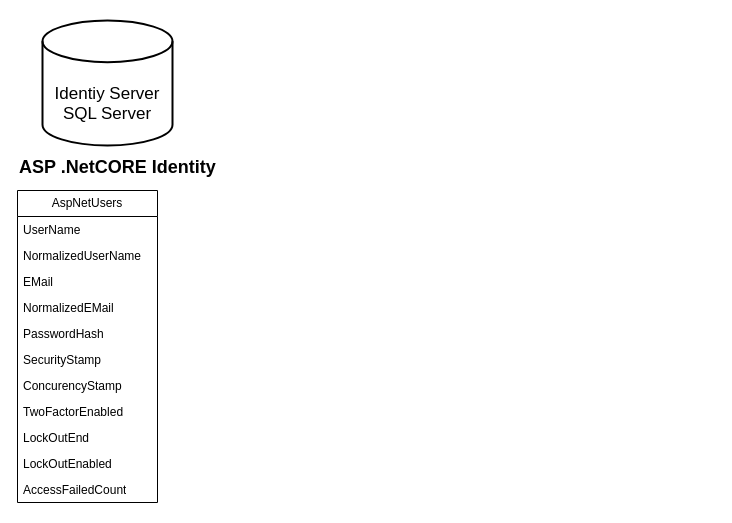
Earlier version of the draw.io diagram Başlıksız Diyagram.drawio (gvardal/drawio). Source tidied: cells renumbered, new cells numbered last; positions are measured from the earlier drawing's top-left corner, leaving out a move shared by most shapes. Both pictures are drawn from the tidied source at 100%, with x=0, y=0 at pixel (17, 20).
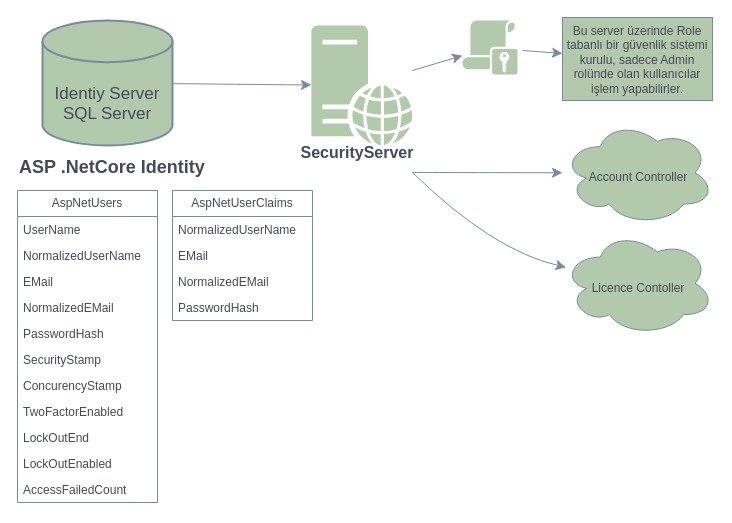
After the change.

Change to the diagram source:
```diff
@@
+    <mxCell id="16" style="edgeStyle=none;curved=1;rounded=0;jettySize=auto;html=1;fontSize=12;startSize=8;endSize=8;labelBackgroundColor=none;strokeColor=#788AA3;fontColor=default;" parent="1" edge="1" source="2" target="24">
+      <mxGeometry relative="1" as="geometry" />
+    </mxCell>
-    <mxCell id="2" value="&lt;div&gt;&lt;br&gt;&lt;/div&gt;&lt;div&gt;&lt;br&gt;&lt;/div&gt;Identiy Server&lt;div&gt;SQL Server&lt;/div&gt;" style="strokeWidth=2;html=1;shape=mxgraph.flowchart.database;whiteSpace=wrap;fontSize=17;horizontal=1;align=center;labelPosition=center;verticalLabelPosition=middle;verticalAlign=middle;movableLabel=1;" parent="1" vertex="1">
+    <mxCell id="2" value="&lt;div&gt;&lt;br&gt;&lt;/div&gt;&lt;div&gt;&lt;br&gt;&lt;/div&gt;Identiy Server&lt;div&gt;SQL Server&lt;/div&gt;" style="strokeWidth=2;html=1;shape=mxgraph.flowchart.database;whiteSpace=wrap;fontSize=17;horizontal=1;align=center;labelPosition=center;verticalLabelPosition=middle;verticalAlign=middle;movableLabel=1;labelBackgroundColor=none;fillColor=#B2C9AB;strokeColor=#788AA3;fontColor=#46495D;" parent="1" vertex="1">
       <mxGeometry x="25" width="130" height="125" as="geometry" />
     </mxCell>
-    <mxCell id="3" value="&lt;h1 style=&quot;margin-top: 0px;&quot;&gt;ASP .NetCORE Identity&lt;/h1&gt;&lt;p&gt;&lt;br&gt;&lt;/p&gt;" style="text;html=1;whiteSpace=wrap;overflow=hidden;rounded=0;fontSize=9;" parent="1" vertex="1">
+    <mxCell id="3" value="&lt;h1 style=&quot;margin-top: 0px;&quot;&gt;ASP .NetCore Identity&lt;/h1&gt;&lt;p&gt;&lt;br&gt;&lt;/p&gt;" style="text;html=1;whiteSpace=wrap;overflow=hidden;rounded=0;fontSize=9;labelBackgroundColor=none;fontColor=#46495D;" parent="1" vertex="1">
       <mxGeometry y="130" width="205" height="30" as="geometry" />
     </mxCell>
-    <mxCell id="4" value="AspNetUsers" style="swimlane;fontStyle=0;horizontal=1;startSize=26;fillColor=none;whiteSpace=wrap;html=1;comic=0;" parent="1" vertex="1">
+    <mxCell id="4" value="AspNetUsers" style="swimlane;fontStyle=0;horizontal=1;startSize=26;fillColor=none;whiteSpace=wrap;html=1;comic=0;labelBackgroundColor=none;strokeColor=#788AA3;fontColor=#46495D;" parent="1" vertex="1">
       <mxGeometry y="170" width="140" height="312" as="geometry" />
     </mxCell>
-    <mxCell id="5" value="UserName" style="text;strokeColor=none;fillColor=none;align=left;verticalAlign=top;spacingLeft=4;spacingRight=4;overflow=hidden;whiteSpace=wrap;html=1;" parent="4" vertex="1">
+    <mxCell id="5" value="UserName" style="text;strokeColor=none;fillColor=none;align=left;verticalAlign=top;spacingLeft=4;spacingRight=4;overflow=hidden;whiteSpace=wrap;html=1;labelBackgroundColor=none;fontColor=#46495D;" parent="4" vertex="1">
       <mxGeometry y="26" width="140" height="26" as="geometry" />
     </mxCell>
-    <mxCell id="6" value="NormalizedUserName" style="text;strokeColor=none;fillColor=none;align=left;verticalAlign=top;spacingLeft=4;spacingRight=4;overflow=hidden;whiteSpace=wrap;html=1;" parent="4" vertex="1">
+    <mxCell id="6" value="NormalizedUserName" style="text;strokeColor=none;fillColor=none;align=left;verticalAlign=top;spacingLeft=4;spacingRight=4;overflow=hidden;whiteSpace=wrap;html=1;labelBackgroundColor=none;fontColor=#46495D;" parent="4" vertex="1">
       <mxGeometry y="52" width="140" height="26" as="geometry" />
     </mxCell>
-    <mxCell id="7" value="EMail" style="text;strokeColor=none;fillColor=none;align=left;verticalAlign=top;spacingLeft=4;spacingRight=4;overflow=hidden;whiteSpace=wrap;html=1;" parent="4" vertex="1">
+    <mxCell id="7" value="EMail" style="text;strokeColor=none;fillColor=none;align=left;verticalAlign=top;spacingLeft=4;spacingRight=4;overflow=hidden;whiteSpace=wrap;html=1;labelBackgroundColor=none;fontColor=#46495D;" parent="4" vertex="1">
       <mxGeometry y="78" width="140" height="26" as="geometry" />
     </mxCell>
-    <mxCell id="8" value="NormalizedEMail" style="text;strokeColor=none;fillColor=none;align=left;verticalAlign=top;spacingLeft=4;spacingRight=4;overflow=hidden;whiteSpace=wrap;html=1;" parent="4" vertex="1">
+    <mxCell id="8" value="NormalizedEMail" style="text;strokeColor=none;fillColor=none;align=left;verticalAlign=top;spacingLeft=4;spacingRight=4;overflow=hidden;whiteSpace=wrap;html=1;labelBackgroundColor=none;fontColor=#46495D;" parent="4" vertex="1">
       <mxGeometry y="104" width="140" height="26" as="geometry" />
     </mxCell>
-    <mxCell id="9" value="PasswordHash" style="text;strokeColor=none;fillColor=none;align=left;verticalAlign=top;spacingLeft=4;spacingRight=4;overflow=hidden;whiteSpace=wrap;html=1;" parent="4" vertex="1">
+    <mxCell id="9" value="PasswordHash" style="text;strokeColor=none;fillColor=none;align=left;verticalAlign=top;spacingLeft=4;spacingRight=4;overflow=hidden;whiteSpace=wrap;html=1;labelBackgroundColor=none;fontColor=#46495D;" parent="4" vertex="1">
       <mxGeometry y="130" width="140" height="26" as="geometry" />
     </mxCell>
-    <mxCell id="10" value="SecurityStamp" style="text;strokeColor=none;fillColor=none;align=left;verticalAlign=top;spacingLeft=4;spacingRight=4;overflow=hidden;whiteSpace=wrap;html=1;" parent="4" vertex="1">
+    <mxCell id="10" value="SecurityStamp" style="text;strokeColor=none;fillColor=none;align=left;verticalAlign=top;spacingLeft=4;spacingRight=4;overflow=hidden;whiteSpace=wrap;html=1;labelBackgroundColor=none;fontColor=#46495D;" parent="4" vertex="1">
       <mxGeometry y="156" width="140" height="26" as="geometry" />
     </mxCell>
-    <mxCell id="11" value="ConcurencyStamp" style="text;strokeColor=none;fillColor=none;align=left;verticalAlign=top;spacingLeft=4;spacingRight=4;overflow=hidden;whiteSpace=wrap;html=1;" parent="4" vertex="1">
+    <mxCell id="11" value="ConcurencyStamp" style="text;strokeColor=none;fillColor=none;align=left;verticalAlign=top;spacingLeft=4;spacingRight=4;overflow=hidden;whiteSpace=wrap;html=1;labelBackgroundColor=none;fontColor=#46495D;" parent="4" vertex="1">
       <mxGeometry y="182" width="140" height="26" as="geometry" />
     </mxCell>
-    <mxCell id="12" value="TwoFactorEnabled" style="text;strokeColor=none;fillColor=none;align=left;verticalAlign=top;spacingLeft=4;spacingRight=4;overflow=hidden;whiteSpace=wrap;html=1;" parent="4" vertex="1">
+    <mxCell id="12" value="TwoFactorEnabled" style="text;strokeColor=none;fillColor=none;align=left;verticalAlign=top;spacingLeft=4;spacingRight=4;overflow=hidden;whiteSpace=wrap;html=1;labelBackgroundColor=none;fontColor=#46495D;" parent="4" vertex="1">
       <mxGeometry y="208" width="140" height="26" as="geometry" />
     </mxCell>
-    <mxCell id="13" value="LockOutEnd" style="text;strokeColor=none;fillColor=none;align=left;verticalAlign=top;spacingLeft=4;spacingRight=4;overflow=hidden;whiteSpace=wrap;html=1;" parent="4" vertex="1">
+    <mxCell id="13" value="LockOutEnd" style="text;strokeColor=none;fillColor=none;align=left;verticalAlign=top;spacingLeft=4;spacingRight=4;overflow=hidden;whiteSpace=wrap;html=1;labelBackgroundColor=none;fontColor=#46495D;" parent="4" vertex="1">
       <mxGeometry y="234" width="140" height="26" as="geometry" />
     </mxCell>
-    <mxCell id="14" value="LockOutEnabled" style="text;strokeColor=none;fillColor=none;align=left;verticalAlign=top;spacingLeft=4;spacingRight=4;overflow=hidden;whiteSpace=wrap;html=1;" parent="4" vertex="1">
+    <mxCell id="14" value="LockOutEnabled" style="text;strokeColor=none;fillColor=none;align=left;verticalAlign=top;spacingLeft=4;spacingRight=4;overflow=hidden;whiteSpace=wrap;html=1;labelBackgroundColor=none;fontColor=#46495D;" parent="4" vertex="1">
       <mxGeometry y="260" width="140" height="26" as="geometry" />
     </mxCell>
-    <mxCell id="15" value="AccessFailedCount" style="text;strokeColor=none;fillColor=none;align=left;verticalAlign=top;spacingLeft=4;spacingRight=4;overflow=hidden;whiteSpace=wrap;html=1;" parent="4" vertex="1">
+    <mxCell id="15" value="AccessFailedCount" style="text;strokeColor=none;fillColor=none;align=left;verticalAlign=top;spacingLeft=4;spacingRight=4;overflow=hidden;whiteSpace=wrap;html=1;labelBackgroundColor=none;fontColor=#46495D;" parent="4" vertex="1">
       <mxGeometry y="286" width="140" height="26" as="geometry" />
     </mxCell>
+    <mxCell id="17" value="AspNetUserClaims" style="swimlane;fontStyle=0;horizontal=1;startSize=26;fillColor=none;whiteSpace=wrap;html=1;comic=0;labelBackgroundColor=none;strokeColor=#788AA3;fontColor=#46495D;" parent="1" vertex="1">
+      <mxGeometry x="155" y="170" width="140" height="130" as="geometry" />
+    </mxCell>
+    <mxCell id="18" value="NormalizedUserName" style="text;strokeColor=none;fillColor=none;align=left;verticalAlign=top;spacingLeft=4;spacingRight=4;overflow=hidden;whiteSpace=wrap;html=1;labelBackgroundColor=none;fontColor=#46495D;" parent="17" vertex="1">
+      <mxGeometry y="26" width="140" height="26" as="geometry" />
+    </mxCell>
+    <mxCell id="19" value="EMail" style="text;strokeColor=none;fillColor=none;align=left;verticalAlign=top;spacingLeft=4;spacingRight=4;overflow=hidden;whiteSpace=wrap;html=1;labelBackgroundColor=none;fontColor=#46495D;" parent="17" vertex="1">
+      <mxGeometry y="52" width="140" height="26" as="geometry" />
+    </mxCell>
+    <mxCell id="20" value="NormalizedEMail" style="text;strokeColor=none;fillColor=none;align=left;verticalAlign=top;spacingLeft=4;spacingRight=4;overflow=hidden;whiteSpace=wrap;html=1;labelBackgroundColor=none;fontColor=#46495D;" parent="17" vertex="1">
+      <mxGeometry y="78" width="140" height="26" as="geometry" />
+    </mxCell>
+    <mxCell id="21" value="PasswordHash" style="text;strokeColor=none;fillColor=none;align=left;verticalAlign=top;spacingLeft=4;spacingRight=4;overflow=hidden;whiteSpace=wrap;html=1;labelBackgroundColor=none;fontColor=#46495D;" parent="17" vertex="1">
+      <mxGeometry y="104" width="140" height="26" as="geometry" />
+    </mxCell>
+    <mxCell id="22" value="SecurityServer" style="text;strokeColor=none;fillColor=none;html=1;align=center;verticalAlign=middle;whiteSpace=wrap;rounded=0;fontSize=16;fontStyle=1;labelBackgroundColor=none;fontColor=#46495D;" parent="1" vertex="1">
+      <mxGeometry x="285" y="112" width="110" height="40" as="geometry" />
+    </mxCell>
+    <mxCell id="23" style="edgeStyle=none;curved=1;rounded=0;jettySize=auto;html=1;fontSize=12;startSize=8;endSize=8;labelBackgroundColor=none;strokeColor=#788AA3;fontColor=default;" parent="1" edge="1" source="24" target="26">
+      <mxGeometry relative="1" as="geometry" />
+    </mxCell>
+    <mxCell id="24" style="sketch=0;shadow=0;dashed=0;html=1;strokeColor=none;fillColor=#B2C9AB;labelPosition=center;verticalLabelPosition=bottom;verticalAlign=top;outlineConnect=0;align=center;shape=mxgraph.office.servers.web_server;labelBackgroundColor=none;fontColor=#46495D;" parent="1" vertex="1">
+      <mxGeometry x="293.9" y="5" width="101" height="120" as="geometry" />
+    </mxCell>
+    <mxCell id="25" style="edgeStyle=none;curved=1;rounded=0;jettySize=auto;html=1;fontSize=12;startSize=8;endSize=8;labelBackgroundColor=none;strokeColor=#788AA3;fontColor=default;" parent="1" edge="1" target="27">
+      <mxGeometry relative="1" as="geometry">
+        <mxPoint x="505" y="30" as="sourcePoint" />
+      </mxGeometry>
+    </mxCell>
+    <mxCell id="26" style="sketch=0;shadow=0;dashed=0;html=1;strokeColor=none;fillColor=#B2C9AB;labelPosition=center;verticalLabelPosition=bottom;verticalAlign=top;outlineConnect=0;align=center;shape=mxgraph.office.security.role_assignment_policy;labelBackgroundColor=none;fontColor=#46495D;" parent="1" vertex="1">
+      <mxGeometry x="445" width="55" height="54" as="geometry" />
+    </mxCell>
+    <mxCell id="27" value="Bu server üzerinde Role tabanlı bir güvenlik sistemi kurulu, sadece Admin rolünde olan kullanıcılar işlem yapabilirler." style="whiteSpace=wrap;html=1;verticalAlign=top;fillColor=#B2C9AB;strokeColor=#788AA3;sketch=0;shadow=0;dashed=0;fontColor=#46495D;labelBackgroundColor=none;" parent="1" vertex="1">
+      <mxGeometry x="545" y="-3" width="150" height="83" as="geometry" />
+    </mxCell>
+    <mxCell id="28" style="edgeStyle=none;curved=1;rounded=0;jettySize=auto;html=1;fontSize=12;startSize=8;endSize=8;exitX=1;exitY=1;exitDx=0;exitDy=0;labelBackgroundColor=none;strokeColor=#788AA3;fontColor=default;" parent="1" edge="1" source="22" target="30">
+      <mxGeometry relative="1" as="geometry" />
+    </mxCell>
+    <mxCell id="29" style="edgeStyle=none;curved=1;rounded=0;jettySize=auto;html=1;fontSize=12;startSize=8;endSize=8;exitX=1;exitY=1;exitDx=0;exitDy=0;labelBackgroundColor=none;strokeColor=#788AA3;fontColor=default;" parent="1" edge="1" source="22" target="31">
+      <mxGeometry relative="1" as="geometry">
+        <Array as="points">
+          <mxPoint x="475" y="230" />
+        </Array>
+      </mxGeometry>
+    </mxCell>
+    <mxCell id="30" value="&lt;div&gt;&lt;br&gt;&lt;/div&gt;&lt;div&gt;&lt;br&gt;&lt;/div&gt;&lt;div&gt;&lt;br&gt;&lt;/div&gt;&lt;div&gt;Account Controller&lt;/div&gt;" style="ellipse;shape=cloud;whiteSpace=wrap;html=1;verticalAlign=top;fillColor=#B2C9AB;strokeColor=#788AA3;sketch=0;shadow=0;dashed=0;labelBackgroundColor=none;fontColor=#46495D;" parent="1" vertex="1">
+      <mxGeometry x="545" y="100" width="151.5" height="104.5" as="geometry" />
+    </mxCell>
+    <mxCell id="31" value="&lt;div&gt;&lt;br&gt;&lt;/div&gt;&lt;div&gt;&lt;br&gt;&lt;/div&gt;&lt;div&gt;&lt;br&gt;&lt;/div&gt;&lt;div&gt;Licence Contoller&lt;/div&gt;" style="ellipse;shape=cloud;whiteSpace=wrap;html=1;verticalAlign=top;fillColor=#B2C9AB;strokeColor=#788AA3;sketch=0;shadow=0;dashed=0;labelBackgroundColor=none;fontColor=#46495D;" parent="1" vertex="1">
+      <mxGeometry x="545" y="210.5" width="151.5" height="104.5" as="geometry" />
+    </mxCell>
```
